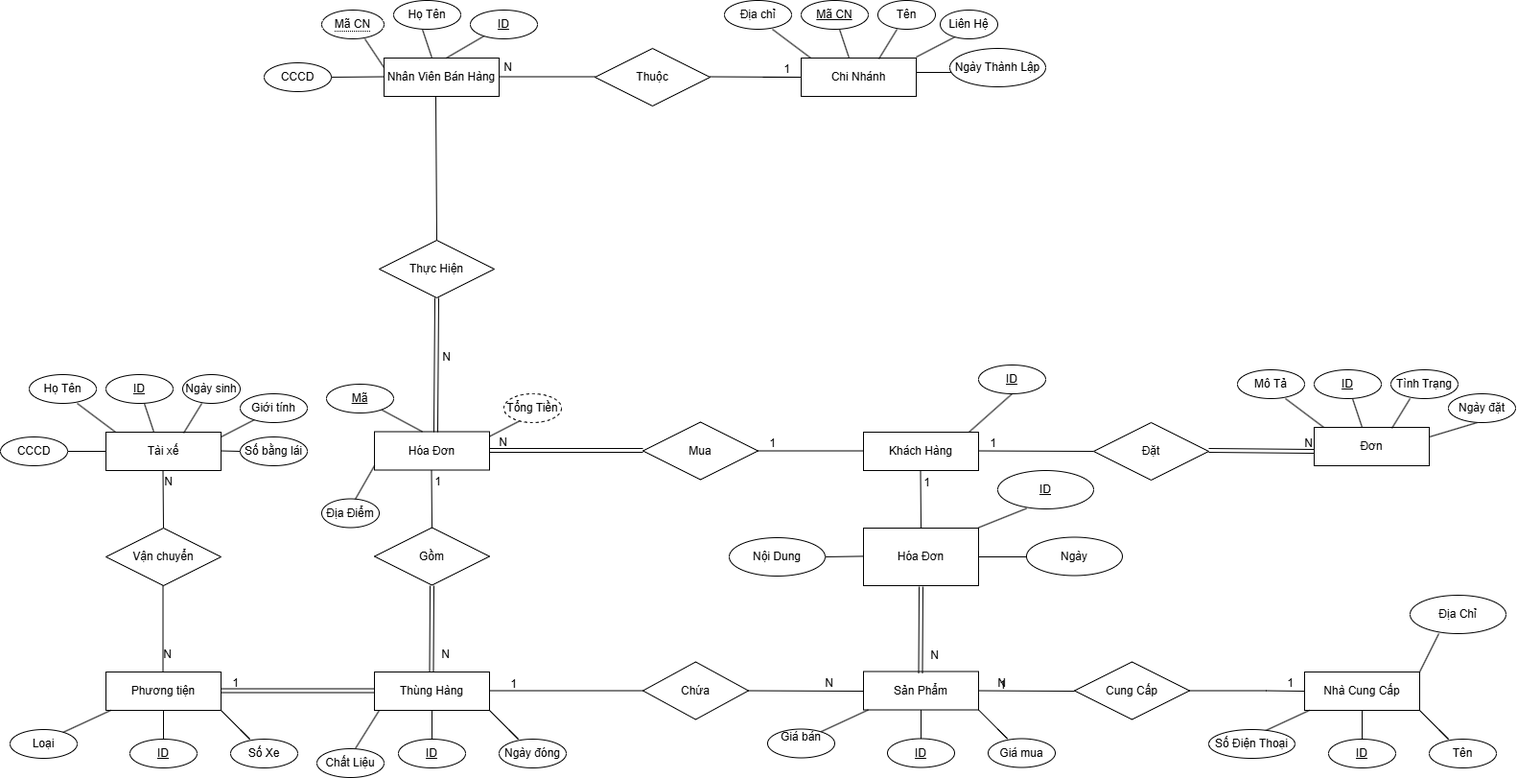
Earlier version of the draw.io export Biểu đồ không có tiêu đề.drawio.png (Dungnony/08-03). Source tidied: cells renumbered, new cells last; positions are measured from the earlier drawing's top-left corner, leaving out a move shared by most shapes.
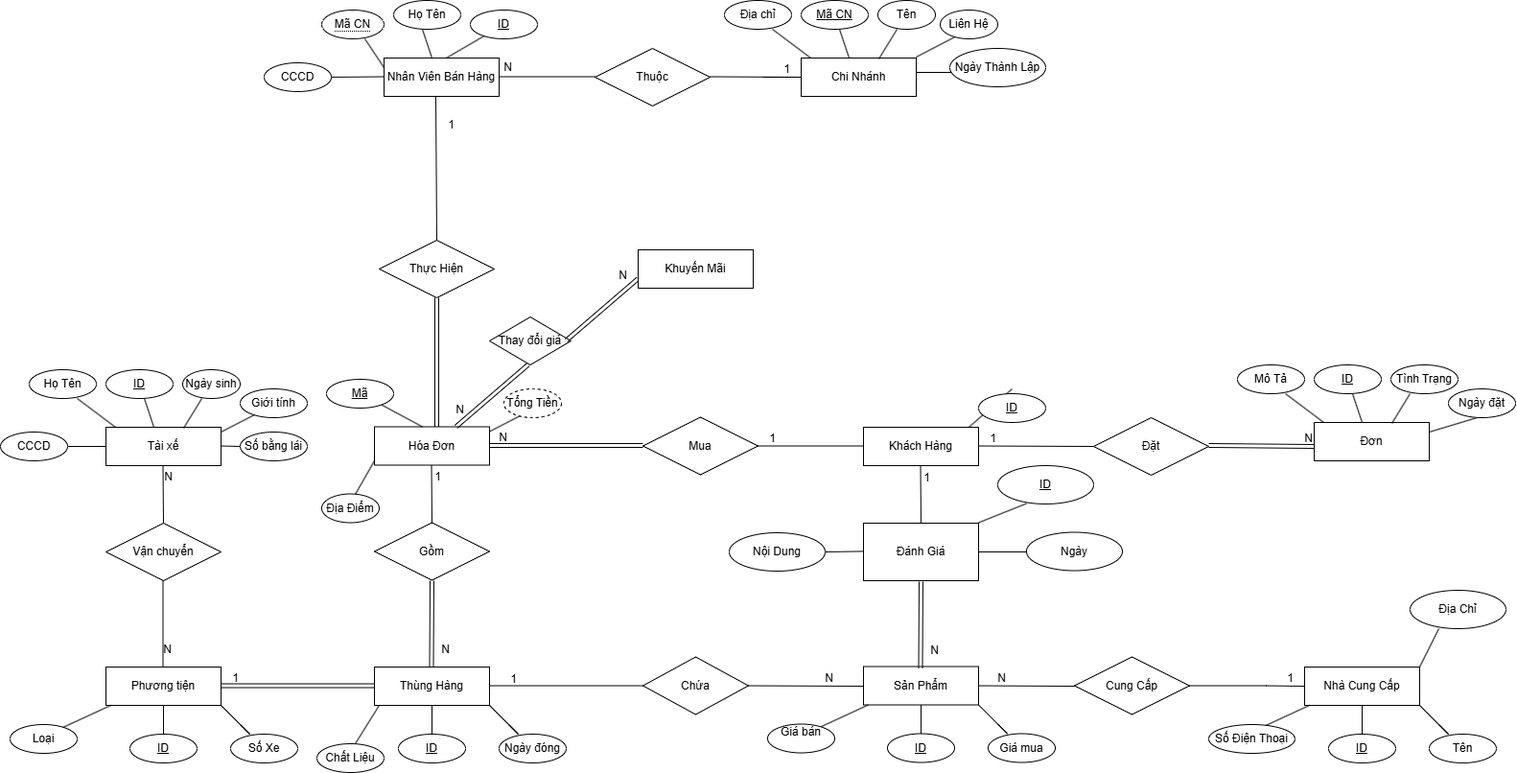
After the change.

Commit message:
Cập nhật Biểu đồ không có tiêu đề.drawio.png

Diff of the diagram source:
```diff
@@ -331,47 +331,37 @@
         <mxPoint x="20" y="80" as="offset" />
       </mxGeometry>
     </mxCell>
-    <mxCell id="75" style="shape=link;html=1;rounded=0;entryX=0.5;entryY=1;entryDx=0;entryDy=0;" parent="1" edge="1" target="77">
-      <mxGeometry relative="1" as="geometry">
-        <mxPoint x="454" y="450" as="sourcePoint" />
-      </mxGeometry>
-    </mxCell>
-    <mxCell id="76" value="N" style="html=1;whiteSpace=wrap;align=right;verticalAlign=bottom;" parent="75" vertex="1">
-      <mxGeometry x="1" relative="1" as="geometry">
-        <mxPoint x="16" y="70" as="offset" />
-      </mxGeometry>
-    </mxCell>
     <mxCell id="77" value="Thực Hiện" style="shape=rhombus;perimeter=rhombusPerimeter;whiteSpace=wrap;html=1;align=center;" parent="1" vertex="1">
-      <mxGeometry x="395" y="250" width="120" height="60" as="geometry" />
+      <mxGeometry x="395" y="255" width="120" height="60" as="geometry" />
     </mxCell>
     <mxCell id="78" style="endArrow=none;html=1;rounded=0;exitX=0.5;exitY=0;exitDx=0;exitDy=0;" parent="1" edge="1" source="77">
       <mxGeometry relative="1" as="geometry">
-        <mxPoint x="454" y="100" as="targetPoint" />
+        <mxPoint x="454" y="105" as="targetPoint" />
       </mxGeometry>
     </mxCell>
     <mxCell id="79" value="Nhân Viên Bán Hàng" style="rounded=0;whiteSpace=wrap;html=1;" parent="1" vertex="1">
-      <mxGeometry x="400" y="60" width="120" height="40" as="geometry" />
+      <mxGeometry x="400" y="65" width="120" height="40" as="geometry" />
     </mxCell>
     <mxCell id="80" style="endArrow=none;html=1;rounded=0;" parent="1" edge="1" source="82">
       <mxGeometry relative="1" as="geometry">
-        <mxPoint x="515" y="20" as="targetPoint" />
+        <mxPoint x="515" y="25" as="targetPoint" />
       </mxGeometry>
     </mxCell>
     <mxCell id="81" style="endArrow=none;html=1;rounded=0;" parent="1" edge="1" target="82">
       <mxGeometry relative="1" as="geometry">
-        <mxPoint x="465" y="60" as="sourcePoint" />
+        <mxPoint x="465" y="65" as="sourcePoint" />
       </mxGeometry>
     </mxCell>
     <mxCell id="82" value="ID" style="ellipse;whiteSpace=wrap;html=1;align=center;fontStyle=4;" parent="1" vertex="1">
-      <mxGeometry x="490" y="10" width="70" height="30" as="geometry" />
+      <mxGeometry x="490" y="15" width="70" height="30" as="geometry" />
     </mxCell>
     <mxCell id="83" value="Thuộc" style="shape=rhombus;perimeter=rhombusPerimeter;whiteSpace=wrap;html=1;align=center;" parent="1" vertex="1">
-      <mxGeometry x="620" y="50" width="120" height="60" as="geometry" />
+      <mxGeometry x="620" y="55" width="120" height="60" as="geometry" />
     </mxCell>
     <mxCell id="84" style="endArrow=none;html=1;rounded=0;" parent="1" edge="1">
       <mxGeometry relative="1" as="geometry">
-        <mxPoint x="740" y="79.5" as="sourcePoint" />
-        <mxPoint x="840" y="80" as="targetPoint" />
+        <mxPoint x="740" y="84.5" as="sourcePoint" />
+        <mxPoint x="840" y="85" as="targetPoint" />
       </mxGeometry>
     </mxCell>
     <mxCell id="85" value="1" style="html=1;whiteSpace=wrap;align=right;verticalAlign=bottom;" parent="84" vertex="1">
@@ -381,93 +371,93 @@
     </mxCell>
     <mxCell id="86" style="endArrow=none;html=1;rounded=0;" parent="1" edge="1">
       <mxGeometry relative="1" as="geometry">
-        <mxPoint x="520" y="79.5" as="sourcePoint" />
-        <mxPoint x="620" y="79.5" as="targetPoint" />
+        <mxPoint x="520" y="84.5" as="sourcePoint" />
+        <mxPoint x="620" y="84.5" as="targetPoint" />
       </mxGeometry>
     </mxCell>
     <mxCell id="87" value="N" style="html=1;whiteSpace=wrap;align=right;verticalAlign=bottom;" parent="1" vertex="1">
-      <mxGeometry x="570" y="70" as="geometry">
+      <mxGeometry x="570" y="75" as="geometry">
         <mxPoint x="-35" y="8" as="offset" />
       </mxGeometry>
     </mxCell>
     <mxCell id="88" value="Chi Nhánh" style="rounded=0;whiteSpace=wrap;html=1;" parent="1" vertex="1">
-      <mxGeometry x="835" y="60" width="120" height="40" as="geometry" />
+      <mxGeometry x="835" y="65" width="120" height="40" as="geometry" />
     </mxCell>
     <mxCell id="89" style="endArrow=none;html=1;rounded=0;exitX=0.675;exitY=0.025;exitDx=0;exitDy=0;exitPerimeter=0;" parent="1" edge="1" source="88">
       <mxGeometry relative="1" as="geometry">
-        <mxPoint x="935" y="30" as="targetPoint" />
+        <mxPoint x="935" y="35" as="targetPoint" />
       </mxGeometry>
     </mxCell>
     <mxCell id="90" value="Tên" style="ellipse;whiteSpace=wrap;html=1;align=center;rotation=0;" parent="1" vertex="1">
-      <mxGeometry x="915" width="60" height="30" as="geometry" />
+      <mxGeometry x="915" y="5" width="60" height="30" as="geometry" />
     </mxCell>
     <mxCell id="91" style="endArrow=none;html=1;rounded=0;" parent="1" edge="1">
       <mxGeometry relative="1" as="geometry">
-        <mxPoint x="845" y="60" as="sourcePoint" />
-        <mxPoint x="805" y="30" as="targetPoint" />
+        <mxPoint x="845" y="65" as="sourcePoint" />
+        <mxPoint x="805" y="35" as="targetPoint" />
       </mxGeometry>
     </mxCell>
     <mxCell id="92" value="Địa chỉ" style="ellipse;whiteSpace=wrap;html=1;align=center;" parent="1" vertex="1">
-      <mxGeometry x="755" width="70" height="30" as="geometry" />
+      <mxGeometry x="755" y="5" width="70" height="30" as="geometry" />
     </mxCell>
     <mxCell id="93" style="endArrow=none;html=1;rounded=0;" parent="1" edge="1" target="94">
       <mxGeometry relative="1" as="geometry">
-        <mxPoint x="885" y="60" as="sourcePoint" />
+        <mxPoint x="885" y="65" as="sourcePoint" />
       </mxGeometry>
     </mxCell>
     <mxCell id="94" value="Mã CN" style="ellipse;whiteSpace=wrap;html=1;align=center;fontStyle=4;" parent="1" vertex="1">
-      <mxGeometry x="835" width="70" height="30" as="geometry" />
+      <mxGeometry x="835" y="5" width="70" height="30" as="geometry" />
     </mxCell>
     <mxCell id="95" style="line;strokeWidth=1;dashed=0;labelPosition=right;align=left;verticalAlign=middle;spacingTop=0;spacingLeft=6;" parent="1" vertex="1">
-      <mxGeometry x="795" y="75" width="40" height="10" as="geometry" />
+      <mxGeometry x="795" y="80" width="40" height="10" as="geometry" />
     </mxCell>
     <mxCell id="96" style="endArrow=none;html=1;rounded=0;" parent="1" edge="1">
       <mxGeometry relative="1" as="geometry">
-        <mxPoint x="955" y="59" as="sourcePoint" />
-        <mxPoint x="999.5" y="35.9" as="targetPoint" />
+        <mxPoint x="955" y="64" as="sourcePoint" />
+        <mxPoint x="999.5" y="40.9" as="targetPoint" />
       </mxGeometry>
     </mxCell>
     <mxCell id="97" value="Liên Hệ" style="ellipse;whiteSpace=wrap;html=1;align=center;rotation=0;" parent="1" vertex="1">
-      <mxGeometry x="980" y="10" width="60" height="30" as="geometry" />
+      <mxGeometry x="980" y="15" width="60" height="30" as="geometry" />
     </mxCell>
     <mxCell id="98" style="endArrow=none;html=1;rounded=0;" parent="1" edge="1">
       <mxGeometry relative="1" as="geometry">
-        <mxPoint x="400" y="70" as="sourcePoint" />
-        <mxPoint x="380" y="40" as="targetPoint" />
+        <mxPoint x="400" y="75" as="sourcePoint" />
+        <mxPoint x="380" y="45" as="targetPoint" />
       </mxGeometry>
     </mxCell>
     <mxCell id="99" value="&lt;span style=&quot;border-bottom: 1px dotted&quot;&gt;Mã CN&lt;/span&gt;" style="ellipse;whiteSpace=wrap;html=1;align=center;" parent="1" vertex="1">
-      <mxGeometry x="335" y="10" width="65" height="30" as="geometry" />
+      <mxGeometry x="335" y="15" width="65" height="30" as="geometry" />
     </mxCell>
     <mxCell id="100" style="endArrow=none;html=1;rounded=0;" parent="1" edge="1">
       <mxGeometry relative="1" as="geometry">
-        <mxPoint x="955" y="75" as="sourcePoint" />
-        <mxPoint x="995" y="75" as="targetPoint" />
+        <mxPoint x="955" y="80" as="sourcePoint" />
+        <mxPoint x="995" y="80" as="targetPoint" />
         <Array as="points">
-          <mxPoint x="995" y="75" />
+          <mxPoint x="995" y="80" />
         </Array>
       </mxGeometry>
     </mxCell>
     <mxCell id="101" value="Ngày Thành Lập" style="ellipse;whiteSpace=wrap;html=1;align=center;rotation=0;" parent="1" vertex="1">
-      <mxGeometry x="990" y="50" width="100" height="40" as="geometry" />
+      <mxGeometry x="990" y="55" width="100" height="40" as="geometry" />
     </mxCell>
     <mxCell id="102" style="endArrow=none;html=1;rounded=0;" parent="1" edge="1">
       <mxGeometry relative="1" as="geometry">
-        <mxPoint x="450.1" y="60.1" as="sourcePoint" />
-        <mxPoint x="440" y="30" as="targetPoint" />
+        <mxPoint x="450.1" y="65.1" as="sourcePoint" />
+        <mxPoint x="440" y="35" as="targetPoint" />
       </mxGeometry>
     </mxCell>
     <mxCell id="103" value="Họ Tên" style="ellipse;whiteSpace=wrap;html=1;align=center;" parent="1" vertex="1">
-      <mxGeometry x="410" width="70" height="30" as="geometry" />
+      <mxGeometry x="410" y="5" width="70" height="30" as="geometry" />
     </mxCell>
     <mxCell id="104" style="endArrow=none;html=1;rounded=0;" parent="1" edge="1">
       <mxGeometry relative="1" as="geometry">
-        <mxPoint x="340" y="80" as="sourcePoint" />
-        <mxPoint x="400" y="79.5" as="targetPoint" />
+        <mxPoint x="340" y="85" as="sourcePoint" />
+        <mxPoint x="400" y="84.5" as="targetPoint" />
       </mxGeometry>
     </mxCell>
     <mxCell id="105" value="CCCD" style="ellipse;whiteSpace=wrap;html=1;align=center;" parent="1" vertex="1">
-      <mxGeometry x="275" y="65" width="70" height="30" as="geometry" />
+      <mxGeometry x="275" y="70" width="70" height="30" as="geometry" />
     </mxCell>
     <mxCell id="106" style="shape=link;html=1;rounded=0;" parent="1" edge="1">
       <mxGeometry relative="1" as="geometry">
@@ -504,7 +494,7 @@
       </mxGeometry>
     </mxCell>
     <mxCell id="113" value="ID" style="ellipse;whiteSpace=wrap;html=1;align=center;fontStyle=4;" parent="1" vertex="1">
-      <mxGeometry x="1020" y="380" width="70" height="30" as="geometry" />
+      <mxGeometry x="1020" y="415" width="70" height="30" as="geometry" />
     </mxCell>
     <mxCell id="114" style="endArrow=none;html=1;rounded=0;" parent="1" edge="1">
       <mxGeometry relative="1" as="geometry">
@@ -569,8 +559,10 @@
     <mxCell id="128" style="html=1;whiteSpace=wrap;align=right;verticalAlign=bottom;" parent="1" vertex="1">
       <mxGeometry x="969.5" y="691" as="geometry" />
     </mxCell>
-    <mxCell id="129" value="1" style="html=1;whiteSpace=wrap;align=right;verticalAlign=bottom;" parent="1" vertex="1">
-      <mxGeometry x="1050" y="721.5" as="geometry" />
+    <mxCell id="129" style="html=1;whiteSpace=wrap;align=right;verticalAlign=bottom;" parent="1" vertex="1">
+      <mxGeometry x="1050" y="721.5" as="geometry">
+        <mxPoint x="8" y="20" as="offset" />
+      </mxGeometry>
     </mxCell>
     <mxCell id="130" style="endArrow=none;html=1;rounded=0;" parent="1" edge="1">
       <mxGeometry relative="1" as="geometry">
@@ -594,7 +586,7 @@
         <mxPoint x="20" y="80" as="offset" />
       </mxGeometry>
     </mxCell>
-    <mxCell id="134" value="Hóa Đơn" style="rounded=0;whiteSpace=wrap;html=1;" parent="1" vertex="1">
+    <mxCell id="134" value="Đánh Giá" style="rounded=0;whiteSpace=wrap;html=1;" parent="1" vertex="1">
       <mxGeometry x="900" y="550" width="120" height="60" as="geometry" />
     </mxCell>
     <mxCell id="135" value="Ngày" style="ellipse;whiteSpace=wrap;html=1;align=center;rotation=0;" parent="1" vertex="1">
@@ -629,5 +621,43 @@
         <mxPoint x="390" y="485" as="targetPoint" />
       </mxGeometry>
     </mxCell>
+    <mxCell id="142" value="1" style="html=1;whiteSpace=wrap;align=right;verticalAlign=bottom;" parent="1" vertex="1">
+      <mxGeometry x="510" y="225" as="geometry">
+        <mxPoint x="-35" y="-82" as="offset" />
+      </mxGeometry>
+    </mxCell>
+    <mxCell id="143" style="shape=link;html=1;rounded=0;" parent="1" edge="1" target="77">
+      <mxGeometry relative="1" as="geometry">
+        <mxPoint x="455" y="449.5" as="sourcePoint" />
+      </mxGeometry>
+    </mxCell>
+    <mxCell id="144" style="shape=link;html=1;rounded=0;" parent="1" edge="1">
+      <mxGeometry relative="1" as="geometry">
+        <mxPoint x="475" y="449.5" as="sourcePoint" />
+        <mxPoint x="550" y="385" as="targetPoint" />
+      </mxGeometry>
+    </mxCell>
+    <mxCell id="145" value="N" style="html=1;whiteSpace=wrap;align=right;verticalAlign=bottom;" parent="1" vertex="1">
+      <mxGeometry x="490" y="415" as="geometry">
+        <mxPoint x="-5" y="25" as="offset" />
+      </mxGeometry>
+    </mxCell>
+    <mxCell id="146" value="Thay đổi giá" style="shape=rhombus;perimeter=rhombusPerimeter;whiteSpace=wrap;html=1;align=center;" parent="1" vertex="1">
+      <mxGeometry x="510" y="335" width="85" height="50" as="geometry" />
+    </mxCell>
+    <mxCell id="147" style="shape=link;html=1;rounded=0;" parent="1" edge="1">
+      <mxGeometry relative="1" as="geometry">
+        <mxPoint x="590" y="359.5" as="sourcePoint" />
+        <mxPoint x="665" y="295" as="targetPoint" />
+      </mxGeometry>
+    </mxCell>
+    <mxCell id="148" value="N" style="html=1;whiteSpace=wrap;align=right;verticalAlign=bottom;" parent="1" vertex="1">
+      <mxGeometry x="660" y="275" as="geometry">
+        <mxPoint x="-5" y="25" as="offset" />
+      </mxGeometry>
+    </mxCell>
+    <mxCell id="149" value="Khuyến Mãi" style="rounded=0;whiteSpace=wrap;html=1;" parent="1" vertex="1">
+      <mxGeometry x="665" y="265" width="120" height="40" as="geometry" />
+    </mxCell>
   </root>
 </mxGraphModel>
```
